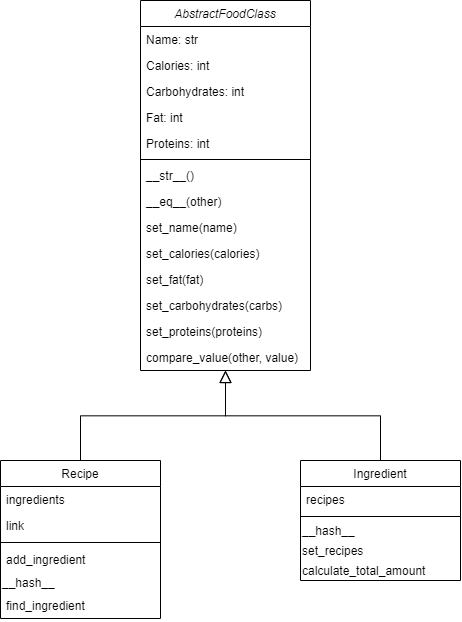
Earlier version of the draw.io export Data Structure Diagram.png (VladislavRazoronov/Homework-0). Source tidied: cells renumbered, new cells last; positions are measured from the earlier drawing's top-left corner, leaving out a move shared by most shapes. Its diagram source:
```xml
<mxGraphModel>
  <root>
    <mxCell id="0" />
    <mxCell id="1" parent="0" />
    <mxCell id="2" style="endArrow=block;endSize=10;endFill=0;shadow=0;strokeWidth=1;rounded=0;edgeStyle=elbowEdgeStyle;elbow=vertical;" parent="1" edge="1" source="19" target="4">
      <mxGeometry relative="1" as="geometry" />
    </mxCell>
    <mxCell id="3" style="endArrow=block;endSize=10;endFill=0;shadow=0;strokeWidth=1;rounded=0;edgeStyle=elbowEdgeStyle;elbow=vertical;" parent="1" edge="1" source="26" target="4">
      <mxGeometry relative="1" as="geometry" />
    </mxCell>
    <mxCell id="4" value="AbstractFoodClass" style="swimlane;fontStyle=2;align=center;verticalAlign=top;horizontal=1;startSize=26;rounded=0;shadow=0;strokeWidth=1;" parent="1" vertex="1">
      <mxGeometry x="140" width="170" height="370" as="geometry" />
    </mxCell>
    <mxCell id="5" value="Name: str" style="text;align=left;verticalAlign=top;spacingLeft=4;spacingRight=4;overflow=hidden;" parent="4" vertex="1">
      <mxGeometry y="26" width="170" height="26" as="geometry" />
    </mxCell>
    <mxCell id="6" value="Calories: int" style="text;align=left;verticalAlign=top;spacingLeft=4;spacingRight=4;overflow=hidden;rounded=0;shadow=0;html=0;" parent="4" vertex="1">
      <mxGeometry y="52" width="170" height="26" as="geometry" />
    </mxCell>
    <mxCell id="7" value="Carbohydrates: int" style="text;align=left;verticalAlign=top;spacingLeft=4;spacingRight=4;overflow=hidden;rounded=0;shadow=0;html=0;" parent="4" vertex="1">
      <mxGeometry y="78" width="170" height="26" as="geometry" />
    </mxCell>
    <mxCell id="8" value="Fat: int" style="text;align=left;verticalAlign=top;spacingLeft=4;spacingRight=4;overflow=hidden;rounded=0;shadow=0;html=0;" parent="4" vertex="1">
      <mxGeometry y="104" width="170" height="26" as="geometry" />
    </mxCell>
    <mxCell id="9" value="Proteins: int" style="text;align=left;verticalAlign=top;spacingLeft=4;spacingRight=4;overflow=hidden;rounded=0;shadow=0;html=0;" parent="4" vertex="1">
      <mxGeometry y="130" width="170" height="26" as="geometry" />
    </mxCell>
    <mxCell id="10" style="line;html=1;strokeWidth=1;align=left;verticalAlign=middle;spacingTop=-1;spacingLeft=3;spacingRight=3;labelPosition=right;" parent="4" vertex="1">
      <mxGeometry y="156" width="170" height="6" as="geometry" />
    </mxCell>
    <mxCell id="11" value="__str__()" style="text;align=left;verticalAlign=top;spacingLeft=4;spacingRight=4;overflow=hidden;" parent="4" vertex="1">
      <mxGeometry y="162" width="170" height="26" as="geometry" />
    </mxCell>
    <mxCell id="12" value="__eq__(other)" style="text;align=left;verticalAlign=top;spacingLeft=4;spacingRight=4;overflow=hidden;" parent="4" vertex="1">
      <mxGeometry y="188" width="170" height="26" as="geometry" />
    </mxCell>
    <mxCell id="13" value="set_name(name)" style="text;align=left;verticalAlign=top;spacingLeft=4;spacingRight=4;overflow=hidden;" parent="4" vertex="1">
      <mxGeometry y="214" width="170" height="26" as="geometry" />
    </mxCell>
    <mxCell id="14" value="set_calories(calories)" style="text;align=left;verticalAlign=top;spacingLeft=4;spacingRight=4;overflow=hidden;" parent="4" vertex="1">
      <mxGeometry y="240" width="170" height="26" as="geometry" />
    </mxCell>
    <mxCell id="15" value="set_fat(fat)&#10;" style="text;align=left;verticalAlign=top;spacingLeft=4;spacingRight=4;overflow=hidden;" parent="4" vertex="1">
      <mxGeometry y="266" width="170" height="26" as="geometry" />
    </mxCell>
    <mxCell id="16" value="set_carbohydrates(carbs)" style="text;align=left;verticalAlign=top;spacingLeft=4;spacingRight=4;overflow=hidden;" parent="4" vertex="1">
      <mxGeometry y="292" width="170" height="26" as="geometry" />
    </mxCell>
    <mxCell id="17" value="set_proteins(proteins)" style="text;align=left;verticalAlign=top;spacingLeft=4;spacingRight=4;overflow=hidden;" parent="4" vertex="1">
      <mxGeometry y="318" width="170" height="26" as="geometry" />
    </mxCell>
    <mxCell id="18" value="compare_value(other, value)" style="text;align=left;verticalAlign=top;spacingLeft=4;spacingRight=4;overflow=hidden;" parent="4" vertex="1">
      <mxGeometry y="344" width="170" height="26" as="geometry" />
    </mxCell>
    <mxCell id="19" value="Recipe" style="swimlane;fontStyle=0;align=center;verticalAlign=top;horizontal=1;startSize=26;rounded=0;shadow=0;strokeWidth=1;" parent="1" vertex="1">
      <mxGeometry y="460" width="160" height="158" as="geometry" />
    </mxCell>
    <mxCell id="20" value="ingredients" style="text;align=left;verticalAlign=top;spacingLeft=4;spacingRight=4;overflow=hidden;" parent="19" vertex="1">
      <mxGeometry y="26" width="160" height="26" as="geometry" />
    </mxCell>
    <mxCell id="21" value="link" style="text;align=left;verticalAlign=top;spacingLeft=4;spacingRight=4;overflow=hidden;rounded=0;shadow=0;html=0;" parent="19" vertex="1">
      <mxGeometry y="52" width="160" height="26" as="geometry" />
    </mxCell>
    <mxCell id="22" style="line;html=1;strokeWidth=1;align=left;verticalAlign=middle;spacingTop=-1;spacingLeft=3;spacingRight=3;labelPosition=right;" parent="19" vertex="1">
      <mxGeometry y="78" width="160" height="8" as="geometry" />
    </mxCell>
    <mxCell id="23" value="add_ingredient" style="text;align=left;verticalAlign=top;spacingLeft=4;spacingRight=4;overflow=hidden;" parent="19" vertex="1">
      <mxGeometry y="86" width="160" height="26" as="geometry" />
    </mxCell>
    <mxCell id="24" value="__hash__" style="text;html=1;align=left;verticalAlign=middle;" parent="19" vertex="1">
      <mxGeometry y="112" width="160" height="20" as="geometry" />
    </mxCell>
    <mxCell id="25" value="find_ingredient" style="text;align=left;verticalAlign=top;spacingLeft=4;spacingRight=4;overflow=hidden;" parent="19" vertex="1">
      <mxGeometry y="132" width="160" height="26" as="geometry" />
    </mxCell>
    <mxCell id="26" value="Ingredient" style="swimlane;fontStyle=0;align=center;verticalAlign=top;horizontal=1;startSize=26;rounded=0;shadow=0;strokeWidth=1;" parent="1" vertex="1">
      <mxGeometry x="300" y="460" width="160" height="120" as="geometry" />
    </mxCell>
    <mxCell id="27" value="recipes" style="text;align=left;verticalAlign=top;spacingLeft=4;spacingRight=4;overflow=hidden;" parent="26" vertex="1">
      <mxGeometry y="26" width="160" height="26" as="geometry" />
    </mxCell>
    <mxCell id="28" style="line;html=1;strokeWidth=1;align=left;verticalAlign=middle;spacingTop=-1;spacingLeft=3;spacingRight=3;labelPosition=right;" parent="26" vertex="1">
      <mxGeometry y="52" width="160" height="8" as="geometry" />
    </mxCell>
    <mxCell id="29" value="&lt;div&gt;&lt;span&gt;__hash__&lt;/span&gt;&lt;/div&gt;" style="text;html=1;align=left;verticalAlign=middle;" parent="26" vertex="1">
      <mxGeometry y="60" width="160" height="20" as="geometry" />
    </mxCell>
    <mxCell id="30" value="&lt;div&gt;&lt;span&gt;set_recipes&lt;/span&gt;&lt;/div&gt;" style="text;html=1;align=left;verticalAlign=middle;" parent="26" vertex="1">
      <mxGeometry y="80" width="160" height="20" as="geometry" />
    </mxCell>
    <mxCell id="31" value="&lt;div&gt;&lt;span&gt;calculate_total_amount&lt;/span&gt;&lt;/div&gt;" style="text;html=1;align=left;verticalAlign=middle;" parent="26" vertex="1">
      <mxGeometry y="100" width="160" height="20" as="geometry" />
    </mxCell>
  </root>
</mxGraphModel>
```
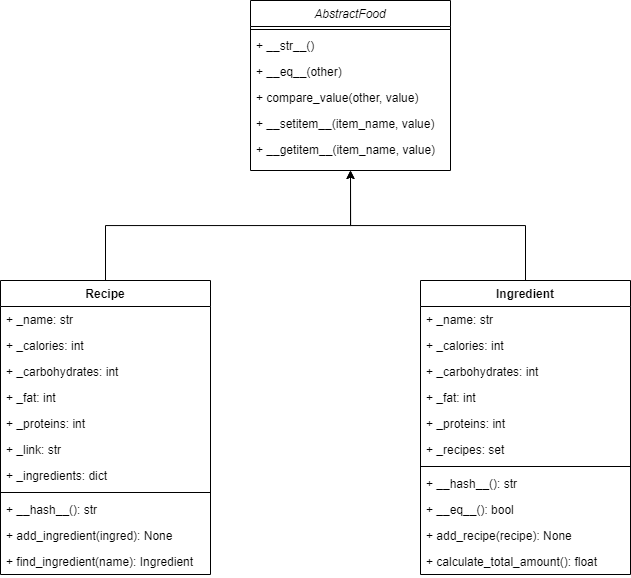
After the commit.

Change to the diagram source:
```diff
@@ -2,95 +2,104 @@
   <root>
     <mxCell id="0" />
     <mxCell id="1" parent="0" />
-    <mxCell id="2" style="endArrow=block;endSize=10;endFill=0;shadow=0;strokeWidth=1;rounded=0;edgeStyle=elbowEdgeStyle;elbow=vertical;" parent="1" edge="1" source="19" target="4">
-      <mxGeometry relative="1" as="geometry" />
-    </mxCell>
-    <mxCell id="3" style="endArrow=block;endSize=10;endFill=0;shadow=0;strokeWidth=1;rounded=0;edgeStyle=elbowEdgeStyle;elbow=vertical;" parent="1" edge="1" source="26" target="4">
-      <mxGeometry relative="1" as="geometry" />
-    </mxCell>
-    <mxCell id="4" value="AbstractFoodClass" style="swimlane;fontStyle=2;align=center;verticalAlign=top;horizontal=1;startSize=26;rounded=0;shadow=0;strokeWidth=1;" parent="1" vertex="1">
-      <mxGeometry x="140" width="170" height="370" as="geometry" />
-    </mxCell>
-    <mxCell id="5" value="Name: str" style="text;align=left;verticalAlign=top;spacingLeft=4;spacingRight=4;overflow=hidden;" parent="4" vertex="1">
-      <mxGeometry y="26" width="170" height="26" as="geometry" />
-    </mxCell>
-    <mxCell id="6" value="Calories: int" style="text;align=left;verticalAlign=top;spacingLeft=4;spacingRight=4;overflow=hidden;rounded=0;shadow=0;html=0;" parent="4" vertex="1">
-      <mxGeometry y="52" width="170" height="26" as="geometry" />
-    </mxCell>
-    <mxCell id="7" value="Carbohydrates: int" style="text;align=left;verticalAlign=top;spacingLeft=4;spacingRight=4;overflow=hidden;rounded=0;shadow=0;html=0;" parent="4" vertex="1">
-      <mxGeometry y="78" width="170" height="26" as="geometry" />
-    </mxCell>
-    <mxCell id="8" value="Fat: int" style="text;align=left;verticalAlign=top;spacingLeft=4;spacingRight=4;overflow=hidden;rounded=0;shadow=0;html=0;" parent="4" vertex="1">
-      <mxGeometry y="104" width="170" height="26" as="geometry" />
-    </mxCell>
-    <mxCell id="9" value="Proteins: int" style="text;align=left;verticalAlign=top;spacingLeft=4;spacingRight=4;overflow=hidden;rounded=0;shadow=0;html=0;" parent="4" vertex="1">
-      <mxGeometry y="130" width="170" height="26" as="geometry" />
-    </mxCell>
-    <mxCell id="10" style="line;html=1;strokeWidth=1;align=left;verticalAlign=middle;spacingTop=-1;spacingLeft=3;spacingRight=3;labelPosition=right;" parent="4" vertex="1">
-      <mxGeometry y="156" width="170" height="6" as="geometry" />
-    </mxCell>
-    <mxCell id="11" value="__str__()" style="text;align=left;verticalAlign=top;spacingLeft=4;spacingRight=4;overflow=hidden;" parent="4" vertex="1">
-      <mxGeometry y="162" width="170" height="26" as="geometry" />
-    </mxCell>
-    <mxCell id="12" value="__eq__(other)" style="text;align=left;verticalAlign=top;spacingLeft=4;spacingRight=4;overflow=hidden;" parent="4" vertex="1">
-      <mxGeometry y="188" width="170" height="26" as="geometry" />
-    </mxCell>
-    <mxCell id="13" value="set_name(name)" style="text;align=left;verticalAlign=top;spacingLeft=4;spacingRight=4;overflow=hidden;" parent="4" vertex="1">
-      <mxGeometry y="214" width="170" height="26" as="geometry" />
-    </mxCell>
-    <mxCell id="14" value="set_calories(calories)" style="text;align=left;verticalAlign=top;spacingLeft=4;spacingRight=4;overflow=hidden;" parent="4" vertex="1">
-      <mxGeometry y="240" width="170" height="26" as="geometry" />
-    </mxCell>
-    <mxCell id="15" value="set_fat(fat)&#10;" style="text;align=left;verticalAlign=top;spacingLeft=4;spacingRight=4;overflow=hidden;" parent="4" vertex="1">
-      <mxGeometry y="266" width="170" height="26" as="geometry" />
-    </mxCell>
-    <mxCell id="16" value="set_carbohydrates(carbs)" style="text;align=left;verticalAlign=top;spacingLeft=4;spacingRight=4;overflow=hidden;" parent="4" vertex="1">
-      <mxGeometry y="292" width="170" height="26" as="geometry" />
-    </mxCell>
-    <mxCell id="17" value="set_proteins(proteins)" style="text;align=left;verticalAlign=top;spacingLeft=4;spacingRight=4;overflow=hidden;" parent="4" vertex="1">
-      <mxGeometry y="318" width="170" height="26" as="geometry" />
-    </mxCell>
-    <mxCell id="18" value="compare_value(other, value)" style="text;align=left;verticalAlign=top;spacingLeft=4;spacingRight=4;overflow=hidden;" parent="4" vertex="1">
-      <mxGeometry y="344" width="170" height="26" as="geometry" />
-    </mxCell>
+    <mxCell id="32" value="AbstractFood" style="swimlane;fontStyle=2;align=center;verticalAlign=top;horizontal=1;startSize=26;rounded=0;shadow=0;strokeWidth=1;" parent="1" vertex="1">
+      <mxGeometry x="220" y="20" width="200" height="170" as="geometry" />
+    </mxCell>
+    <mxCell id="33" style="line;html=1;strokeWidth=1;align=left;verticalAlign=middle;spacingTop=-1;spacingLeft=3;spacingRight=3;labelPosition=right;" parent="32" vertex="1">
+      <mxGeometry y="26" width="200" height="6" as="geometry" />
+    </mxCell>
+    <mxCell id="34" value="+ __str__()" style="text;align=left;verticalAlign=top;spacingLeft=4;spacingRight=4;overflow=hidden;" parent="32" vertex="1">
+      <mxGeometry y="32" width="200" height="26" as="geometry" />
+    </mxCell>
+    <mxCell id="35" value="+ __eq__(other)" style="text;align=left;verticalAlign=top;spacingLeft=4;spacingRight=4;overflow=hidden;" parent="32" vertex="1">
+      <mxGeometry y="58" width="200" height="26" as="geometry" />
+    </mxCell>
+    <mxCell id="36" value="+ compare_value(other, value)" style="text;align=left;verticalAlign=top;spacingLeft=4;spacingRight=4;overflow=hidden;" parent="32" vertex="1">
+      <mxGeometry y="84" width="200" height="26" as="geometry" />
+    </mxCell>
+    <mxCell id="37" value="+ __setitem__(item_name, value)" style="text;align=left;verticalAlign=top;spacingLeft=4;spacingRight=4;overflow=hidden;" parent="32" vertex="1">
+      <mxGeometry y="110" width="200" height="26" as="geometry" />
+    </mxCell>
+    <mxCell id="38" value="+ __getitem__(item_name, value)" style="text;align=left;verticalAlign=top;spacingLeft=4;spacingRight=4;overflow=hidden;" parent="32" vertex="1">
+      <mxGeometry y="136" width="200" height="26" as="geometry" />
+    </mxCell>
+    <mxCell id="39" style="edgeStyle=orthogonalEdgeStyle;rounded=0;jettySize=auto;html=1;exitX=0.5;exitY=0;exitDx=0;exitDy=0;entryX=0.5;entryY=1;entryDx=0;entryDy=0;" parent="1" edge="1" source="19" target="32">
+      <mxGeometry relative="1" as="geometry" />
+    </mxCell>
-    <mxCell id="19" value="Recipe" style="swimlane;fontStyle=0;align=center;verticalAlign=top;horizontal=1;startSize=26;rounded=0;shadow=0;strokeWidth=1;" parent="1" vertex="1">
-      <mxGeometry y="460" width="160" height="158" as="geometry" />
+    <mxCell id="19" value="Recipe" style="swimlane;fontStyle=1;align=center;verticalAlign=top;horizontal=1;startSize=26;" parent="1" vertex="1">
+      <mxGeometry x="-30" y="300" width="210" height="294" as="geometry" />
     </mxCell>
-    <mxCell id="20" value="ingredients" style="text;align=left;verticalAlign=top;spacingLeft=4;spacingRight=4;overflow=hidden;" parent="19" vertex="1">
-      <mxGeometry y="26" width="160" height="26" as="geometry" />
-    </mxCell>
-    <mxCell id="21" value="link" style="text;align=left;verticalAlign=top;spacingLeft=4;spacingRight=4;overflow=hidden;rounded=0;shadow=0;html=0;" parent="19" vertex="1">
-      <mxGeometry y="52" width="160" height="26" as="geometry" />
-    </mxCell>
-    <mxCell id="22" style="line;html=1;strokeWidth=1;align=left;verticalAlign=middle;spacingTop=-1;spacingLeft=3;spacingRight=3;labelPosition=right;" parent="19" vertex="1">
-      <mxGeometry y="78" width="160" height="8" as="geometry" />
-    </mxCell>
-    <mxCell id="23" value="add_ingredient" style="text;align=left;verticalAlign=top;spacingLeft=4;spacingRight=4;overflow=hidden;" parent="19" vertex="1">
-      <mxGeometry y="86" width="160" height="26" as="geometry" />
-    </mxCell>
-    <mxCell id="24" value="__hash__" style="text;html=1;align=left;verticalAlign=middle;" parent="19" vertex="1">
-      <mxGeometry y="112" width="160" height="20" as="geometry" />
-    </mxCell>
-    <mxCell id="25" value="find_ingredient" style="text;align=left;verticalAlign=top;spacingLeft=4;spacingRight=4;overflow=hidden;" parent="19" vertex="1">
-      <mxGeometry y="132" width="160" height="26" as="geometry" />
-    </mxCell>
+    <mxCell id="40" value="+ _name: str" style="text;strokeColor=none;fillColor=none;align=left;verticalAlign=top;spacingLeft=4;spacingRight=4;overflow=hidden;" parent="19" vertex="1">
+      <mxGeometry y="26" width="210" height="26" as="geometry" />
+    </mxCell>
+    <mxCell id="41" value="+ _calories: int" style="text;strokeColor=none;fillColor=none;align=left;verticalAlign=top;spacingLeft=4;spacingRight=4;overflow=hidden;" parent="19" vertex="1">
+      <mxGeometry y="52" width="210" height="26" as="geometry" />
+    </mxCell>
+    <mxCell id="42" value="+ _carbohydrates: int" style="text;strokeColor=none;fillColor=none;align=left;verticalAlign=top;spacingLeft=4;spacingRight=4;overflow=hidden;" parent="19" vertex="1">
+      <mxGeometry y="78" width="210" height="26" as="geometry" />
+    </mxCell>
+    <mxCell id="43" value="+ _fat: int" style="text;strokeColor=none;fillColor=none;align=left;verticalAlign=top;spacingLeft=4;spacingRight=4;overflow=hidden;" parent="19" vertex="1">
+      <mxGeometry y="104" width="210" height="26" as="geometry" />
+    </mxCell>
+    <mxCell id="44" value="+ _proteins: int" style="text;strokeColor=none;fillColor=none;align=left;verticalAlign=top;spacingLeft=4;spacingRight=4;overflow=hidden;" parent="19" vertex="1">
+      <mxGeometry y="130" width="210" height="26" as="geometry" />
+    </mxCell>
+    <mxCell id="45" value="+ _link: str" style="text;strokeColor=none;fillColor=none;align=left;verticalAlign=top;spacingLeft=4;spacingRight=4;overflow=hidden;" parent="19" vertex="1">
+      <mxGeometry y="156" width="210" height="26" as="geometry" />
+    </mxCell>
+    <mxCell id="46" value="+ _ingredients: dict" style="text;strokeColor=none;fillColor=none;align=left;verticalAlign=top;spacingLeft=4;spacingRight=4;overflow=hidden;" parent="19" vertex="1">
+      <mxGeometry y="182" width="210" height="26" as="geometry" />
+    </mxCell>
+    <mxCell id="47" style="line;strokeWidth=1;fillColor=none;align=left;verticalAlign=middle;spacingTop=-1;spacingLeft=3;spacingRight=3;labelPosition=right;" parent="19" vertex="1">
+      <mxGeometry y="208" width="210" height="8" as="geometry" />
+    </mxCell>
+    <mxCell id="48" value="+ __hash__(): str" style="text;strokeColor=none;fillColor=none;align=left;verticalAlign=top;spacingLeft=4;spacingRight=4;overflow=hidden;" parent="19" vertex="1">
+      <mxGeometry y="216" width="210" height="26" as="geometry" />
+    </mxCell>
+    <mxCell id="49" value="+ add_ingredient(ingred): None" style="text;strokeColor=none;fillColor=none;align=left;verticalAlign=top;spacingLeft=4;spacingRight=4;overflow=hidden;" parent="19" vertex="1">
+      <mxGeometry y="242" width="210" height="26" as="geometry" />
+    </mxCell>
+    <mxCell id="50" value="+ find_ingredient(name): Ingredient" style="text;strokeColor=none;fillColor=none;align=left;verticalAlign=top;spacingLeft=4;spacingRight=4;overflow=hidden;" parent="19" vertex="1">
+      <mxGeometry y="268" width="210" height="26" as="geometry" />
+    </mxCell>
+    <mxCell id="51" style="edgeStyle=orthogonalEdgeStyle;rounded=0;jettySize=auto;html=1;exitX=0.5;exitY=0;exitDx=0;exitDy=0;entryX=0.5;entryY=1;entryDx=0;entryDy=0;" parent="1" edge="1" source="26" target="32">
+      <mxGeometry relative="1" as="geometry" />
+    </mxCell>
-    <mxCell id="26" value="Ingredient" style="swimlane;fontStyle=0;align=center;verticalAlign=top;horizontal=1;startSize=26;rounded=0;shadow=0;strokeWidth=1;" parent="1" vertex="1">
-      <mxGeometry x="300" y="460" width="160" height="120" as="geometry" />
+    <mxCell id="26" value="Ingredient" style="swimlane;fontStyle=1;align=center;verticalAlign=top;horizontal=1;startSize=26;" parent="1" vertex="1">
+      <mxGeometry x="390" y="300" width="210" height="294" as="geometry" />
     </mxCell>
-    <mxCell id="27" value="recipes" style="text;align=left;verticalAlign=top;spacingLeft=4;spacingRight=4;overflow=hidden;" parent="26" vertex="1">
-      <mxGeometry y="26" width="160" height="26" as="geometry" />
-    </mxCell>
-    <mxCell id="28" style="line;html=1;strokeWidth=1;align=left;verticalAlign=middle;spacingTop=-1;spacingLeft=3;spacingRight=3;labelPosition=right;" parent="26" vertex="1">
-      <mxGeometry y="52" width="160" height="8" as="geometry" />
-    </mxCell>
-    <mxCell id="29" value="&lt;div&gt;&lt;span&gt;__hash__&lt;/span&gt;&lt;/div&gt;" style="text;html=1;align=left;verticalAlign=middle;" parent="26" vertex="1">
-      <mxGeometry y="60" width="160" height="20" as="geometry" />
-    </mxCell>
-    <mxCell id="30" value="&lt;div&gt;&lt;span&gt;set_recipes&lt;/span&gt;&lt;/div&gt;" style="text;html=1;align=left;verticalAlign=middle;" parent="26" vertex="1">
-      <mxGeometry y="80" width="160" height="20" as="geometry" />
-    </mxCell>
-    <mxCell id="31" value="&lt;div&gt;&lt;span&gt;calculate_total_amount&lt;/span&gt;&lt;/div&gt;" style="text;html=1;align=left;verticalAlign=middle;" parent="26" vertex="1">
-      <mxGeometry y="100" width="160" height="20" as="geometry" />
-    </mxCell>
+    <mxCell id="52" value="+ _name: str" style="text;strokeColor=none;fillColor=none;align=left;verticalAlign=top;spacingLeft=4;spacingRight=4;overflow=hidden;" parent="26" vertex="1">
+      <mxGeometry y="26" width="210" height="26" as="geometry" />
+    </mxCell>
+    <mxCell id="53" value="+ _calories: int" style="text;strokeColor=none;fillColor=none;align=left;verticalAlign=top;spacingLeft=4;spacingRight=4;overflow=hidden;" parent="26" vertex="1">
+      <mxGeometry y="52" width="210" height="26" as="geometry" />
+    </mxCell>
+    <mxCell id="54" value="+ _carbohydrates: int" style="text;strokeColor=none;fillColor=none;align=left;verticalAlign=top;spacingLeft=4;spacingRight=4;overflow=hidden;" parent="26" vertex="1">
+      <mxGeometry y="78" width="210" height="26" as="geometry" />
+    </mxCell>
+    <mxCell id="55" value="+ _fat: int" style="text;strokeColor=none;fillColor=none;align=left;verticalAlign=top;spacingLeft=4;spacingRight=4;overflow=hidden;" parent="26" vertex="1">
+      <mxGeometry y="104" width="210" height="26" as="geometry" />
+    </mxCell>
+    <mxCell id="56" value="+ _proteins: int" style="text;strokeColor=none;fillColor=none;align=left;verticalAlign=top;spacingLeft=4;spacingRight=4;overflow=hidden;" parent="26" vertex="1">
+      <mxGeometry y="130" width="210" height="26" as="geometry" />
+    </mxCell>
+    <mxCell id="57" value="+ _recipes: set" style="text;strokeColor=none;fillColor=none;align=left;verticalAlign=top;spacingLeft=4;spacingRight=4;overflow=hidden;" parent="26" vertex="1">
+      <mxGeometry y="156" width="210" height="26" as="geometry" />
+    </mxCell>
+    <mxCell id="58" style="line;strokeWidth=1;fillColor=none;align=left;verticalAlign=middle;spacingTop=-1;spacingLeft=3;spacingRight=3;labelPosition=right;" parent="26" vertex="1">
+      <mxGeometry y="182" width="210" height="8" as="geometry" />
+    </mxCell>
+    <mxCell id="59" value="+ __hash__(): str" style="text;strokeColor=none;fillColor=none;align=left;verticalAlign=top;spacingLeft=4;spacingRight=4;overflow=hidden;" parent="26" vertex="1">
+      <mxGeometry y="190" width="210" height="26" as="geometry" />
+    </mxCell>
+    <mxCell id="60" value="+ __eq__(): bool" style="text;strokeColor=none;fillColor=none;align=left;verticalAlign=top;spacingLeft=4;spacingRight=4;overflow=hidden;" parent="26" vertex="1">
+      <mxGeometry y="216" width="210" height="26" as="geometry" />
+    </mxCell>
+    <mxCell id="61" value="+ add_recipe(recipe): None" style="text;strokeColor=none;fillColor=none;align=left;verticalAlign=top;spacingLeft=4;spacingRight=4;overflow=hidden;" parent="26" vertex="1">
+      <mxGeometry y="242" width="210" height="26" as="geometry" />
+    </mxCell>
+    <mxCell id="62" value="+ calculate_total_amount(): float" style="text;strokeColor=none;fillColor=none;align=left;verticalAlign=top;spacingLeft=4;spacingRight=4;overflow=hidden;" parent="26" vertex="1">
+      <mxGeometry y="268" width="210" height="26" as="geometry" />
+    </mxCell>
   </root>
 </mxGraphModel>
```
